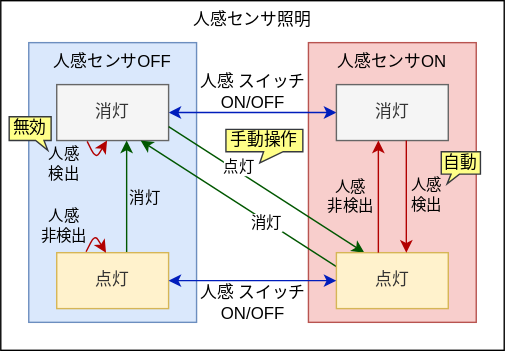
Above: diagram.drawio.svg in kerikun11/esp32-matter-light (draw.io), before the change. Source tidied: cells renumbered, new cells last; positions are measured from the earlier drawing's top-left corner, leaving out a move shared by most shapes.
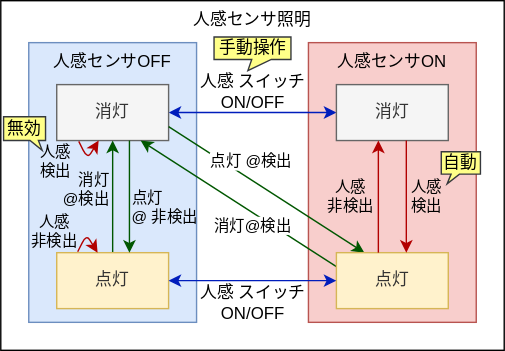
Later version of the same file.

What changed in the source:
```diff
@@ -24,13 +24,13 @@
     </mxCell>
     <mxCell id="8" style="edgeStyle=none;html=1;entryX=0.75;entryY=1;entryDx=0;entryDy=0;fillColor=#008a00;strokeColor=#005700;exitX=0.75;exitY=0;exitDx=0;exitDy=0;" parent="1" edge="1">
       <mxGeometry relative="1" as="geometry">
-        <mxPoint x="90" y="180.2" as="sourcePoint" />
-        <mxPoint x="90" y="100" as="targetPoint" />
+        <mxPoint x="80" y="180.2" as="sourcePoint" />
+        <mxPoint x="80" y="100" as="targetPoint" />
       </mxGeometry>
     </mxCell>
-    <mxCell id="9" value="消灯" style="edgeLabel;html=1;align=center;verticalAlign=middle;horizontal=1;textShadow=0;labelBackgroundColor=none;" parent="8" vertex="1">
+    <mxCell id="9" value="消灯&lt;div&gt;@検出&lt;/div&gt;" style="edgeLabel;html=1;align=right;verticalAlign=middle;horizontal=1;textShadow=0;labelBackgroundColor=none;" parent="8" vertex="1">
       <mxGeometry x="-0.04" y="-1" relative="1" as="geometry">
-        <mxPoint x="12" y="-1" as="offset" />
+        <mxPoint x="-3" y="-7" as="offset" />
       </mxGeometry>
     </mxCell>
     <mxCell id="10" value="&lt;span style=&quot;color: rgb(51, 51, 51);&quot;&gt;点灯&lt;/span&gt;" style="rounded=0;whiteSpace=wrap;html=1;fillColor=#fff2cc;strokeColor=#d6b656;" parent="1" vertex="1">
@@ -39,9 +39,9 @@
     <mxCell id="11" style="edgeStyle=none;html=1;exitX=1;exitY=0.75;exitDx=0;exitDy=0;entryX=0.25;entryY=0;entryDx=0;entryDy=0;fillColor=#008a00;strokeColor=#005700;" parent="1" edge="1" source="7" target="16">
       <mxGeometry relative="1" as="geometry" />
     </mxCell>
-    <mxCell id="12" value="点灯" style="edgeLabel;html=1;align=center;verticalAlign=middle;labelBackgroundColor=default;" parent="11" vertex="1">
+    <mxCell id="12" value="点灯&lt;span style=&quot;background-color: light-dark(#ffffff, var(--ge-dark-color, #121212));&quot;&gt;@検出&lt;/span&gt;" style="edgeLabel;html=1;align=center;verticalAlign=middle;labelBackgroundColor=default;" parent="11" vertex="1">
       <mxGeometry x="-0.12" y="-5" relative="1" as="geometry">
-        <mxPoint x="-9" y="-15" as="offset" />
+        <mxPoint y="-19" as="offset" />
       </mxGeometry>
     </mxCell>
     <mxCell id="13" value="消灯" style="rounded=0;whiteSpace=wrap;html=1;fillColor=#f5f5f5;fontColor=#333333;strokeColor=#666666;" parent="1" vertex="1">
@@ -50,9 +50,9 @@
     <mxCell id="14" style="edgeStyle=none;html=1;entryX=0.75;entryY=1;entryDx=0;entryDy=0;exitX=0;exitY=0.25;exitDx=0;exitDy=0;fillColor=#008a00;strokeColor=#005700;" parent="1" edge="1" source="16" target="7">
       <mxGeometry relative="1" as="geometry" />
     </mxCell>
-    <mxCell id="15" value="消灯" style="edgeLabel;html=1;align=center;verticalAlign=middle;horizontal=1;textShadow=0;labelBackgroundColor=default;" parent="14" vertex="1">
+    <mxCell id="15" value="消灯@検出" style="edgeLabel;html=1;align=center;verticalAlign=middle;horizontal=1;textShadow=0;labelBackgroundColor=default;" parent="14" vertex="1">
       <mxGeometry x="-0.04" y="-1" relative="1" as="geometry">
-        <mxPoint x="17" y="13" as="offset" />
+        <mxPoint x="6" y="15" as="offset" />
       </mxGeometry>
     </mxCell>
     <mxCell id="16" value="&lt;span style=&quot;color: rgb(51, 51, 51);&quot;&gt;点灯&lt;/span&gt;" style="rounded=0;whiteSpace=wrap;html=1;fillColor=#fff2cc;strokeColor=#d6b656;" parent="1" vertex="1">
@@ -82,37 +82,37 @@
     </mxCell>
     <mxCell id="21" style="edgeStyle=none;html=1;entryX=0.25;entryY=1;entryDx=0;entryDy=0;exitX=0.072;exitY=1.016;exitDx=0;exitDy=0;exitPerimeter=0;fillColor=#e51400;strokeColor=#B20000;" parent="1" edge="1">
       <mxGeometry relative="1" as="geometry">
-        <mxPoint x="61.8" y="100.6" as="sourcePoint" />
-        <mxPoint x="76" y="100" as="targetPoint" />
+        <mxPoint x="55.8" y="100.6" as="sourcePoint" />
+        <mxPoint x="70" y="100" as="targetPoint" />
         <Array as="points">
-          <mxPoint x="68" y="113" />
+          <mxPoint x="62" y="113" />
         </Array>
       </mxGeometry>
     </mxCell>
     <mxCell id="22" value="&lt;span style=&quot;color: rgb(0, 0, 0);&quot;&gt;人感&lt;/span&gt;&lt;div&gt;&lt;div style=&quot;&quot;&gt;&lt;span style=&quot;background-color: transparent;&quot;&gt;検出&lt;/span&gt;&lt;/div&gt;&lt;/div&gt;" style="edgeLabel;html=1;align=center;verticalAlign=middle;labelBackgroundColor=none;" parent="21" vertex="1">
       <mxGeometry x="-0.44" y="-1" relative="1" as="geometry">
-        <mxPoint x="-20" y="9" as="offset" />
+        <mxPoint x="-20" y="6" as="offset" />
       </mxGeometry>
     </mxCell>
     <mxCell id="23" style="edgeStyle=none;html=1;entryX=0.25;entryY=1;entryDx=0;entryDy=0;exitX=0.072;exitY=1.016;exitDx=0;exitDy=0;exitPerimeter=0;fillColor=#e51400;strokeColor=#B20000;" parent="1" edge="1">
       <mxGeometry relative="1" as="geometry">
-        <mxPoint x="61" y="179.6" as="sourcePoint" />
-        <mxPoint x="75.2" y="180.2" as="targetPoint" />
+        <mxPoint x="55" y="179.6" as="sourcePoint" />
+        <mxPoint x="69.2" y="180.2" as="targetPoint" />
         <Array as="points">
-          <mxPoint x="67.2" y="167.2" />
+          <mxPoint x="61.2" y="167.2" />
         </Array>
       </mxGeometry>
     </mxCell>
     <mxCell id="24" value="&lt;span style=&quot;color: rgb(0, 0, 0);&quot;&gt;人感&lt;/span&gt;&lt;div&gt;&lt;div style=&quot;&quot;&gt;非検出&lt;/div&gt;&lt;/div&gt;" style="edgeLabel;html=1;align=center;verticalAlign=middle;labelBackgroundColor=none;" parent="23" vertex="1">
       <mxGeometry x="0.38" y="-1" relative="1" as="geometry">
-        <mxPoint x="-25" y="-12" as="offset" />
+        <mxPoint x="-26" y="-8" as="offset" />
       </mxGeometry>
     </mxCell>
     <mxCell id="25" value="無効" style="shape=callout;whiteSpace=wrap;html=1;perimeter=calloutPerimeter;position2=0.92;base=6;size=7;position=0.63;fillColor=#ffff88;strokeColor=#36393d;" parent="1" vertex="1">
-      <mxGeometry x="6" y="83" width="30" height="24" as="geometry" />
+      <mxGeometry x="2" y="83" width="30" height="24" as="geometry" />
     </mxCell>
     <mxCell id="26" value="手動操作" style="shape=callout;whiteSpace=wrap;html=1;perimeter=calloutPerimeter;position2=0.44;base=14;size=8;position=0.49;fillColor=#ffff88;strokeColor=#36393d;" parent="1" vertex="1">
-      <mxGeometry x="161" y="92" width="55" height="24" as="geometry" />
+      <mxGeometry x="152.5" y="26" width="55" height="24" as="geometry" />
     </mxCell>
     <mxCell id="27" style="edgeStyle=none;html=1;exitX=1;exitY=0.5;exitDx=0;exitDy=0;entryX=0;entryY=0.5;entryDx=0;entryDy=0;fillColor=#0050ef;strokeColor=#001DBC;startArrow=classic;startFill=1;" parent="1" edge="1" source="10" target="16">
       <mxGeometry relative="1" as="geometry" />
@@ -125,5 +125,16 @@
     <mxCell id="29" value="自動" style="shape=callout;whiteSpace=wrap;html=1;perimeter=calloutPerimeter;position2=0.15;base=6;size=7;position=0.25;fillColor=#ffff88;strokeColor=#36393d;" parent="1" vertex="1">
       <mxGeometry x="315" y="108" width="28" height="23" as="geometry" />
     </mxCell>
+    <mxCell id="30" style="edgeStyle=none;html=1;exitX=0.75;exitY=1;exitDx=0;exitDy=0;entryX=0.75;entryY=0;entryDx=0;entryDy=0;fillColor=#008a00;strokeColor=#005700;align=left;" parent="1" edge="1">
+      <mxGeometry relative="1" as="geometry">
+        <mxPoint x="92" y="100" as="sourcePoint" />
+        <mxPoint x="92" y="180.2" as="targetPoint" />
+      </mxGeometry>
+    </mxCell>
+    <mxCell id="31" value="点灯&lt;div&gt;@&lt;span style=&quot;background-color: transparent;&quot;&gt;非検出&lt;/span&gt;&lt;/div&gt;" style="edgeLabel;html=1;align=left;verticalAlign=middle;labelBackgroundColor=none;" parent="30" vertex="1">
+      <mxGeometry x="-0.12" y="-5" relative="1" as="geometry">
+        <mxPoint x="5" y="12" as="offset" />
+      </mxGeometry>
+    </mxCell>
   </root>
 </mxGraphModel>
```
